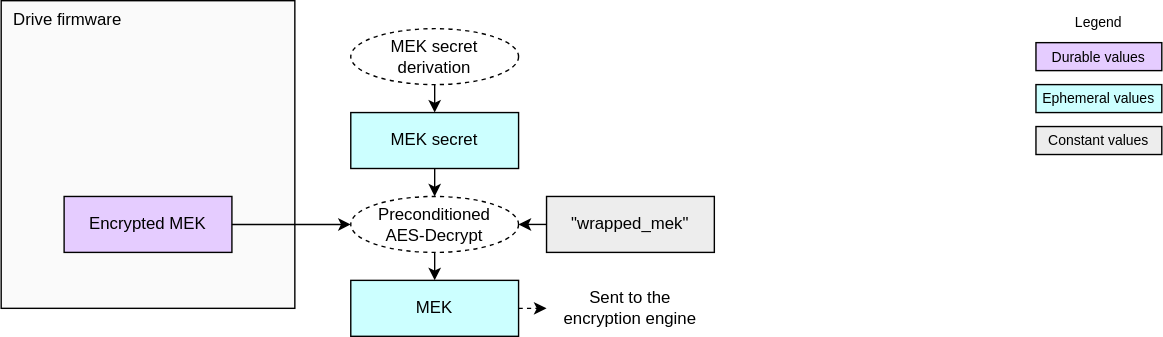
This is doc/ocp_lock/diagrams/mek_load.drawio.svg from chipsalliance/Caliptra, a draw.io export, as it was before one commit. Source tidied: cells renumbered, new cells last; positions are measured from the earlier drawing's top-left corner, leaving out a move shared by most shapes.
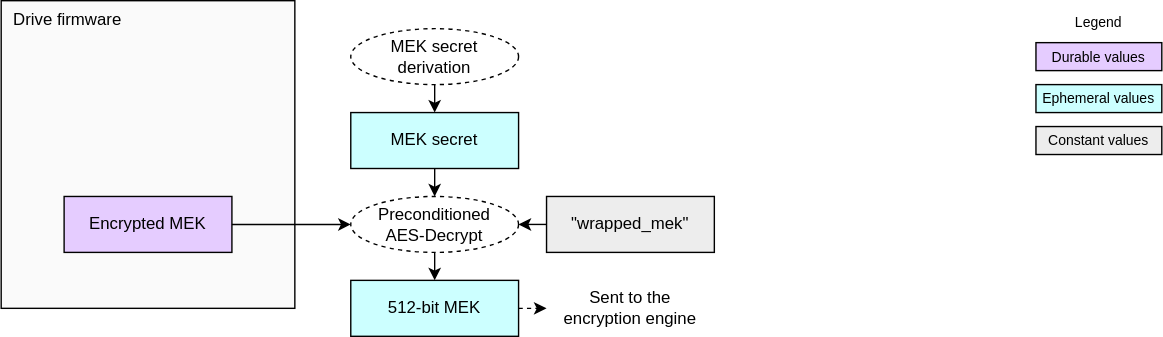
After the change.

The edit, as a diff of the source:
```diff
@@ -14,7 +14,7 @@
     <mxCell id="5" value="&lt;div&gt;&lt;font color=&quot;#000000&quot;&gt;Ephemeral values&lt;/font&gt;&lt;/div&gt;" style="rounded=0;whiteSpace=wrap;html=1;align=center;verticalAlign=middle;shadow=0;glass=0;spacingLeft=0;spacingBottom=0;spacingTop=0;fillColor=#CCFFFF;fontSize=10;" parent="1" vertex="1">
       <mxGeometry x="740" y="60" width="90" height="20" as="geometry" />
     </mxCell>
-    <mxCell id="6" value="&lt;div&gt;&lt;font color=&quot;#000000&quot;&gt;MEK&lt;/font&gt;&lt;/div&gt;" style="rounded=0;whiteSpace=wrap;html=1;align=center;verticalAlign=middle;shadow=0;glass=0;spacingLeft=0;spacingBottom=0;spacingTop=0;fillColor=#CCFFFF;" parent="1" vertex="1">
+    <mxCell id="6" value="&lt;div&gt;&lt;font color=&quot;#000000&quot;&gt;512-bit MEK&lt;/font&gt;&lt;/div&gt;" style="rounded=0;whiteSpace=wrap;html=1;align=center;verticalAlign=middle;shadow=0;glass=0;spacingLeft=0;spacingBottom=0;spacingTop=0;fillColor=#CCFFFF;" parent="1" vertex="1">
       <mxGeometry x="250" y="200" width="120" height="40" as="geometry" />
     </mxCell>
     <mxCell id="7" value="Sent to the&lt;div&gt;encryption engine&lt;/div&gt;" style="text;strokeColor=none;align=center;fillColor=none;html=1;verticalAlign=middle;whiteSpace=wrap;rounded=0;" parent="1" vertex="1">
```
